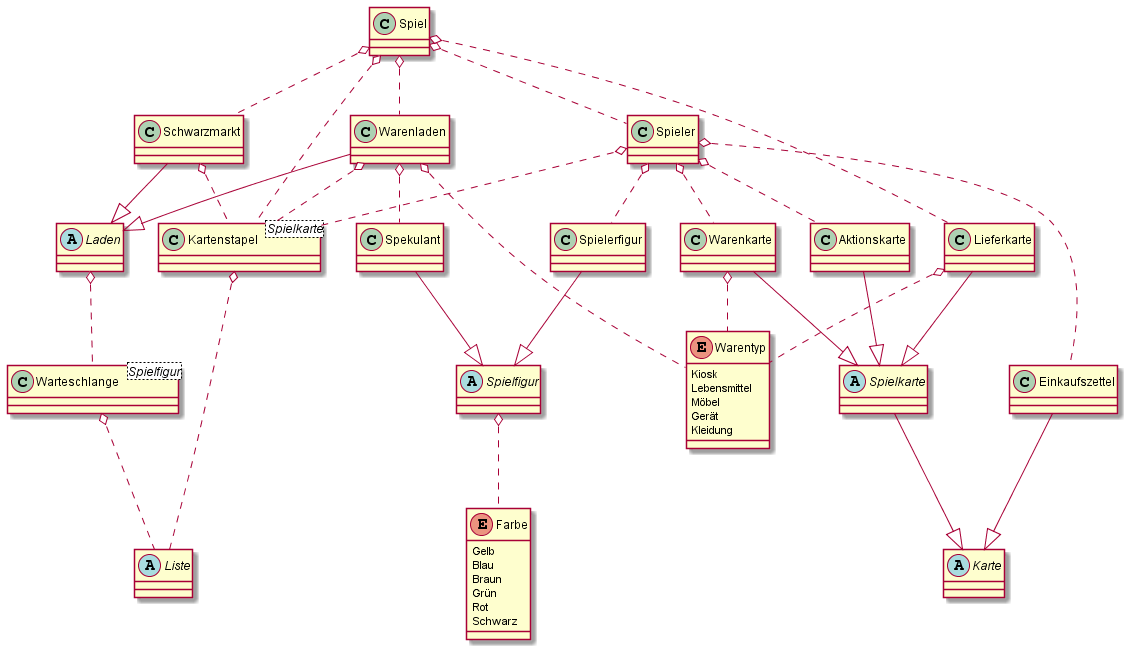
Before: docs/diagrams/out/architecture_overview/architecture_overview.png, a diagram exported from PlantUML (Robintobin/Kolejka).
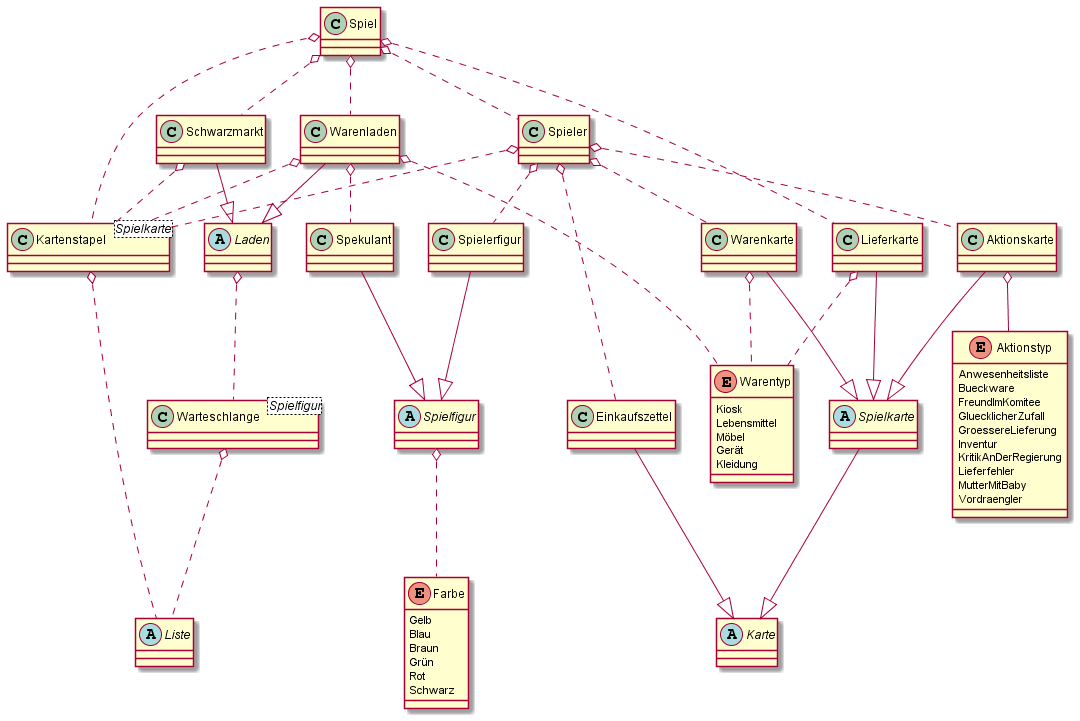
The same diagram one commit later.

Commit message:
Update UML-Diagrams

Diff of the diagram source:
```diff
@@ -36,6 +36,18 @@
     Rot
     Schwarz
 }
+enum Aktionstyp {
+    Anwesenheitsliste
+    Bueckware
+    FreundImKomitee
+    GluecklicherZufall
+    GroessereLieferung
+    Inventur
+    KritikAnDerRegierung
+    Lieferfehler
+    MutterMitBaby
+    Vordraengler
+}
 
 Spiel o.. Spieler
 Spieler o.. Spielerfigur
@@ -58,6 +70,7 @@
 
 Warenkarte o.. Warentyp
 Lieferkarte o.. Warentyp
+Aktionskarte o-- Aktionstyp
 
 Spieler o.. Einkaufszettel
 Spieler o.. Aktionskarte
```
